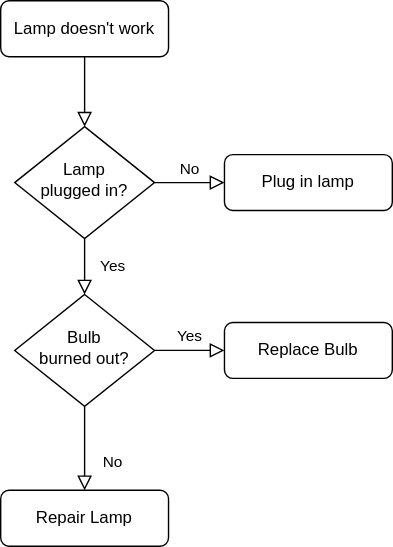
Above: iomanager.drawio.svg in SuycxZMZ/sylar-from-suycx (draw.io), before the change. Source tidied: cells renumbered, new cells last; positions are measured from the earlier drawing's top-left corner, leaving out a move shared by most shapes.
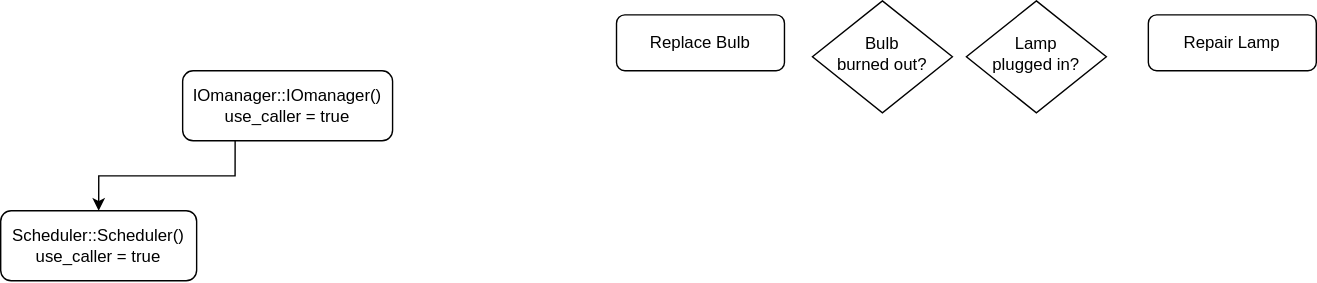
Above is the later version.

Change to the diagram source:
```diff
@@ -2,38 +2,26 @@
   <root>
     <mxCell id="0" />
     <mxCell id="1" parent="0" />
-    <mxCell id="2" style="rounded=0;html=1;jettySize=auto;fontSize=11;endArrow=block;endFill=0;endSize=8;strokeWidth=1;shadow=0;labelBackgroundColor=none;edgeStyle=orthogonalEdgeStyle;" parent="1" edge="1" source="3" target="6">
-      <mxGeometry relative="1" as="geometry" />
-    </mxCell>
+    <mxCell id="13" style="edgeStyle=orthogonalEdgeStyle;rounded=0;jettySize=auto;html=1;exitX=0.25;exitY=1;exitDx=0;exitDy=0;entryX=0.5;entryY=0;entryDx=0;entryDy=0;" parent="1" edge="1" source="3" target="7">
+      <mxGeometry relative="1" as="geometry" />
+    </mxCell>
-    <mxCell id="3" value="Lamp doesn't work" style="rounded=1;whiteSpace=wrap;html=1;fontSize=12;glass=0;strokeWidth=1;shadow=0;" parent="1" vertex="1">
-      <mxGeometry width="120" height="40" as="geometry" />
+    <mxCell id="3" value="IOmanager::IOmanager()&lt;div&gt;use_caller = true&lt;/div&gt;" style="rounded=1;whiteSpace=wrap;html=1;fontSize=12;glass=0;strokeWidth=1;shadow=0;" parent="1" vertex="1">
+      <mxGeometry x="20" y="-20" width="150" height="50" as="geometry" />
     </mxCell>
-    <mxCell id="4" value="Yes" style="rounded=0;html=1;jettySize=auto;fontSize=11;endArrow=block;endFill=0;endSize=8;strokeWidth=1;shadow=0;labelBackgroundColor=none;edgeStyle=orthogonalEdgeStyle;" parent="1" edge="1" source="6" target="10">
-      <mxGeometry y="20" relative="1" as="geometry" />
-    </mxCell>
-    <mxCell id="5" value="No" style="edgeStyle=orthogonalEdgeStyle;rounded=0;html=1;jettySize=auto;fontSize=11;endArrow=block;endFill=0;endSize=8;strokeWidth=1;shadow=0;labelBackgroundColor=none;" parent="1" edge="1" source="6" target="7">
-      <mxGeometry y="10" relative="1" as="geometry" />
-    </mxCell>
     <mxCell id="6" value="Lamp&lt;br&gt;plugged in?" style="rhombus;whiteSpace=wrap;html=1;shadow=0;fontFamily=Helvetica;fontSize=12;align=center;strokeWidth=1;spacing=6;spacingTop=-4;" parent="1" vertex="1">
-      <mxGeometry x="10" y="90" width="100" height="80" as="geometry" />
+      <mxGeometry x="580" y="-70" width="100" height="80" as="geometry" />
     </mxCell>
-    <mxCell id="7" value="Plug in lamp" style="rounded=1;whiteSpace=wrap;html=1;fontSize=12;glass=0;strokeWidth=1;shadow=0;" parent="1" vertex="1">
-      <mxGeometry x="160" y="110" width="120" height="40" as="geometry" />
+    <mxCell id="7" value="Scheduler::Scheduler()&lt;div&gt;use_caller = true&lt;/div&gt;" style="rounded=1;whiteSpace=wrap;html=1;fontSize=12;glass=0;strokeWidth=1;shadow=0;" parent="1" vertex="1">
+      <mxGeometry x="-110" y="80" width="140" height="50" as="geometry" />
     </mxCell>
-    <mxCell id="8" value="No" style="rounded=0;html=1;jettySize=auto;fontSize=11;endArrow=block;endFill=0;endSize=8;strokeWidth=1;shadow=0;labelBackgroundColor=none;edgeStyle=orthogonalEdgeStyle;" parent="1" edge="1" source="10" target="11">
-      <mxGeometry x="0.33" y="20" relative="1" as="geometry" />
-    </mxCell>
-    <mxCell id="9" value="Yes" style="edgeStyle=orthogonalEdgeStyle;rounded=0;html=1;jettySize=auto;fontSize=11;endArrow=block;endFill=0;endSize=8;strokeWidth=1;shadow=0;labelBackgroundColor=none;" parent="1" edge="1" source="10" target="12">
-      <mxGeometry y="10" relative="1" as="geometry" />
-    </mxCell>
     <mxCell id="10" value="Bulb&lt;br&gt;burned out?" style="rhombus;whiteSpace=wrap;html=1;shadow=0;fontFamily=Helvetica;fontSize=12;align=center;strokeWidth=1;spacing=6;spacingTop=-4;" parent="1" vertex="1">
-      <mxGeometry x="10" y="210" width="100" height="80" as="geometry" />
+      <mxGeometry x="470" y="-70" width="100" height="80" as="geometry" />
     </mxCell>
     <mxCell id="11" value="Repair Lamp" style="rounded=1;whiteSpace=wrap;html=1;fontSize=12;glass=0;strokeWidth=1;shadow=0;" parent="1" vertex="1">
-      <mxGeometry y="350" width="120" height="40" as="geometry" />
+      <mxGeometry x="710" y="-60" width="120" height="40" as="geometry" />
     </mxCell>
     <mxCell id="12" value="Replace Bulb" style="rounded=1;whiteSpace=wrap;html=1;fontSize=12;glass=0;strokeWidth=1;shadow=0;" parent="1" vertex="1">
-      <mxGeometry x="160" y="230" width="120" height="40" as="geometry" />
+      <mxGeometry x="330" y="-60" width="120" height="40" as="geometry" />
     </mxCell>
   </root>
 </mxGraphModel>
```
